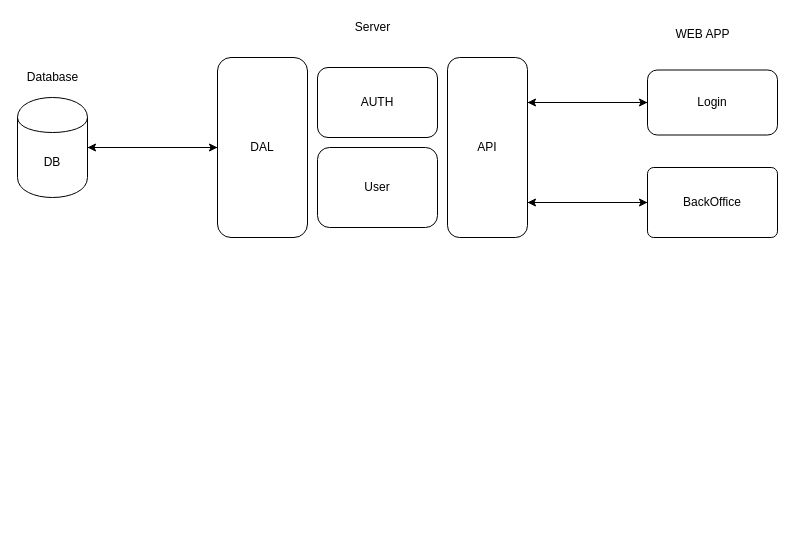
Before: Reports&Documentation/Diagram.drawio in dleandro/Authentication-and-Authorization-Node-Component-, a draw.io diagram. Source tidied: cells renumbered, new cells numbered last; positions are measured from the earlier drawing's top-left corner, leaving out a move shared by most shapes. Both pictures are drawn from the tidied source at 100%, with x=0, y=0 at pixel (17, 17).
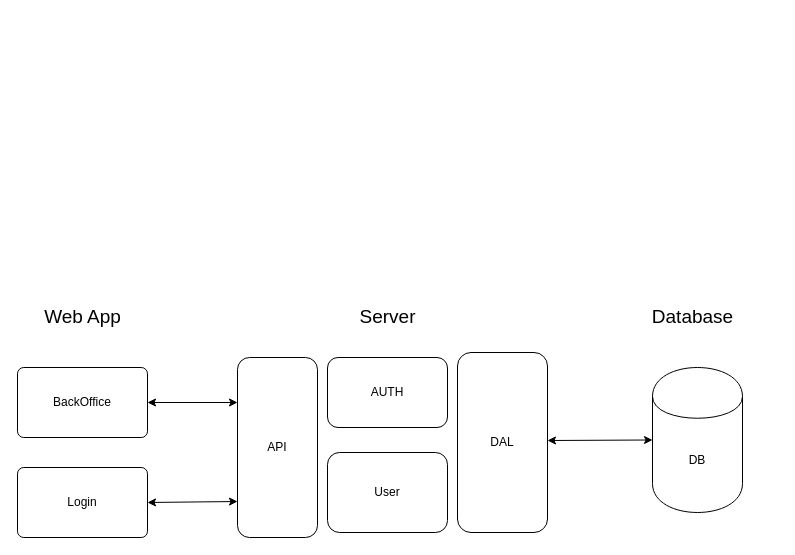
The same diagram, later.

Change to the diagram source:
```diff
@@
 <mxGraphModel>
   <root>
     <mxCell id="0" />
     <mxCell id="1" parent="0" />
-    <mxCell id="2" style="edgeStyle=orthogonalEdgeStyle;rounded=0;jettySize=auto;html=1;entryX=0;entryY=0.5;entryDx=0;entryDy=0;exitX=0.988;exitY=0.8;exitDx=0;exitDy=0;exitPerimeter=0;" parent="1" edge="1" source="4" target="17">
-      <mxGeometry relative="1" as="geometry">
-        <Array as="points">
-          <mxPoint x="509" y="185" />
-        </Array>
-      </mxGeometry>
-    </mxCell>
-    <mxCell id="3" style="edgeStyle=orthogonalEdgeStyle;rounded=0;jettySize=auto;html=1;entryX=0;entryY=0.5;entryDx=0;entryDy=0;exitX=1;exitY=0.25;exitDx=0;exitDy=0;" parent="1" edge="1" source="4" target="15">
-      <mxGeometry relative="1" as="geometry" />
-    </mxCell>
     <mxCell id="4" value="API" style="rounded=1;whiteSpace=wrap;html=1;" parent="1" vertex="1">
-      <mxGeometry x="430" y="40" width="80" height="180" as="geometry" />
+      <mxGeometry x="220" y="340" width="80" height="180" as="geometry" />
     </mxCell>
     <mxCell id="5" value="AUTH" style="rounded=1;whiteSpace=wrap;html=1;" parent="1" vertex="1">
-      <mxGeometry x="300" y="50" width="120" height="70" as="geometry" />
+      <mxGeometry x="310" y="340" width="120" height="70" as="geometry" />
     </mxCell>
     <mxCell id="6" value="User" style="rounded=1;whiteSpace=wrap;html=1;" parent="1" vertex="1">
-      <mxGeometry x="300" y="130" width="120" height="80" as="geometry" />
+      <mxGeometry x="310" y="435" width="120" height="80" as="geometry" />
     </mxCell>
-    <mxCell id="7" style="edgeStyle=orthogonalEdgeStyle;rounded=0;jettySize=auto;html=1;entryX=1;entryY=0.5;entryDx=0;entryDy=0;" parent="1" edge="1" source="8" target="10">
-      <mxGeometry relative="1" as="geometry" />
-    </mxCell>
     <mxCell id="8" value="DAL" style="rounded=1;whiteSpace=wrap;html=1;" parent="1" vertex="1">
-      <mxGeometry x="200" y="40" width="90" height="180" as="geometry" />
+      <mxGeometry x="440" y="335" width="90" height="180" as="geometry" />
     </mxCell>
-    <mxCell id="9" style="edgeStyle=orthogonalEdgeStyle;rounded=0;jettySize=auto;html=1;entryX=0;entryY=0.5;entryDx=0;entryDy=0;" parent="1" edge="1" source="10" target="8">
-      <mxGeometry relative="1" as="geometry" />
-    </mxCell>
     <mxCell id="10" value="DB" style="shape=cylinder;whiteSpace=wrap;html=1;boundedLbl=1;backgroundOutline=1;" parent="1" vertex="1">
-      <mxGeometry y="80" width="70" height="100" as="geometry" />
+      <mxGeometry x="635" y="350" width="90" height="145" as="geometry" />
     </mxCell>
-    <mxCell id="11" value="Database" style="text;html=1;align=center;verticalAlign=middle;" parent="1" vertex="1">
-      <mxGeometry y="50" width="70" height="20" as="geometry" />
+    <mxCell id="11" value="&lt;font style=&quot;font-size: 19px&quot;&gt;Database&lt;/font&gt;" style="text;html=1;align=center;verticalAlign=middle;" parent="1" vertex="1">
+      <mxGeometry x="625" y="290" width="100" height="20" as="geometry" />
     </mxCell>
-    <mxCell id="12" value="Server" style="text;html=1;align=center;verticalAlign=middle;" parent="1" vertex="1">
-      <mxGeometry x="330" width="50" height="20" as="geometry" />
+    <mxCell id="12" value="&lt;font style=&quot;font-size: 19px&quot;&gt;Server&lt;/font&gt;" style="text;html=1;align=center;verticalAlign=middle;" parent="1" vertex="1">
+      <mxGeometry x="335" y="290" width="70" height="20" as="geometry" />
     </mxCell>
-    <mxCell id="13" value="WEB APP" style="text;html=1;align=center;verticalAlign=middle;" parent="1" vertex="1">
-      <mxGeometry x="650" y="7" width="70" height="20" as="geometry" />
+    <mxCell id="13" value="&lt;font style=&quot;font-size: 19px&quot;&gt;Web App&lt;/font&gt;" style="text;html=1;align=center;verticalAlign=middle;" parent="1" vertex="1">
+      <mxGeometry x="20" y="290" width="90" height="20" as="geometry" />
     </mxCell>
+    <mxCell id="17" value="BackOffice" style="rounded=1;whiteSpace=wrap;html=1;arcSize=9;" parent="1" vertex="1">
+      <mxGeometry y="350" width="130" height="70" as="geometry" />
+    </mxCell>
+    <mxCell id="15" value="Login" style="rounded=1;whiteSpace=wrap;html=1;arcSize=9;" parent="1" vertex="1">
+      <mxGeometry y="450" width="130" height="70" as="geometry" />
+    </mxCell>
+    <mxCell id="18" style="endArrow=classic;startArrow=classic;html=1;entryX=0;entryY=0.5;entryDx=0;entryDy=0;" parent="1" edge="1" target="10">
+      <mxGeometry relative="1" as="geometry">
+        <mxPoint x="530" y="423" as="sourcePoint" />
+      </mxGeometry>
+    </mxCell>
+    <mxCell id="19" style="endArrow=classic;startArrow=classic;html=1;exitX=1;exitY=0.5;exitDx=0;exitDy=0;entryX=0;entryY=0.25;entryDx=0;entryDy=0;" parent="1" edge="1" source="17" target="4">
+      <mxGeometry relative="1" as="geometry" />
+    </mxCell>
-    <mxCell id="14" style="edgeStyle=orthogonalEdgeStyle;rounded=0;jettySize=auto;html=1;entryX=1;entryY=0.25;entryDx=0;entryDy=0;" parent="1" edge="1" source="15" target="4">
+    <mxCell id="14" style="endArrow=classic;startArrow=classic;html=1;exitX=1;exitY=0.5;exitDx=0;exitDy=0;entryX=0;entryY=0.8;entryDx=0;entryDy=0;entryPerimeter=0;" parent="1" edge="1" source="15" target="4">
       <mxGeometry relative="1" as="geometry" />
     </mxCell>
-    <mxCell id="15" value="Login" style="rounded=1;whiteSpace=wrap;html=1;" parent="1" vertex="1">
-      <mxGeometry x="630" y="52.5" width="130" height="65" as="geometry" />
-    </mxCell>
-    <mxCell id="16" style="edgeStyle=orthogonalEdgeStyle;rounded=0;jettySize=auto;html=1;" parent="1" edge="1" source="17">
-      <mxGeometry relative="1" as="geometry">
-        <mxPoint x="510" y="185" as="targetPoint" />
-      </mxGeometry>
-    </mxCell>
-    <mxCell id="17" value="BackOffice" style="rounded=1;whiteSpace=wrap;html=1;arcSize=9;" parent="1" vertex="1">
-      <mxGeometry x="630" y="150" width="130" height="70" as="geometry" />
-    </mxCell>
   </root>
 </mxGraphModel>
```
